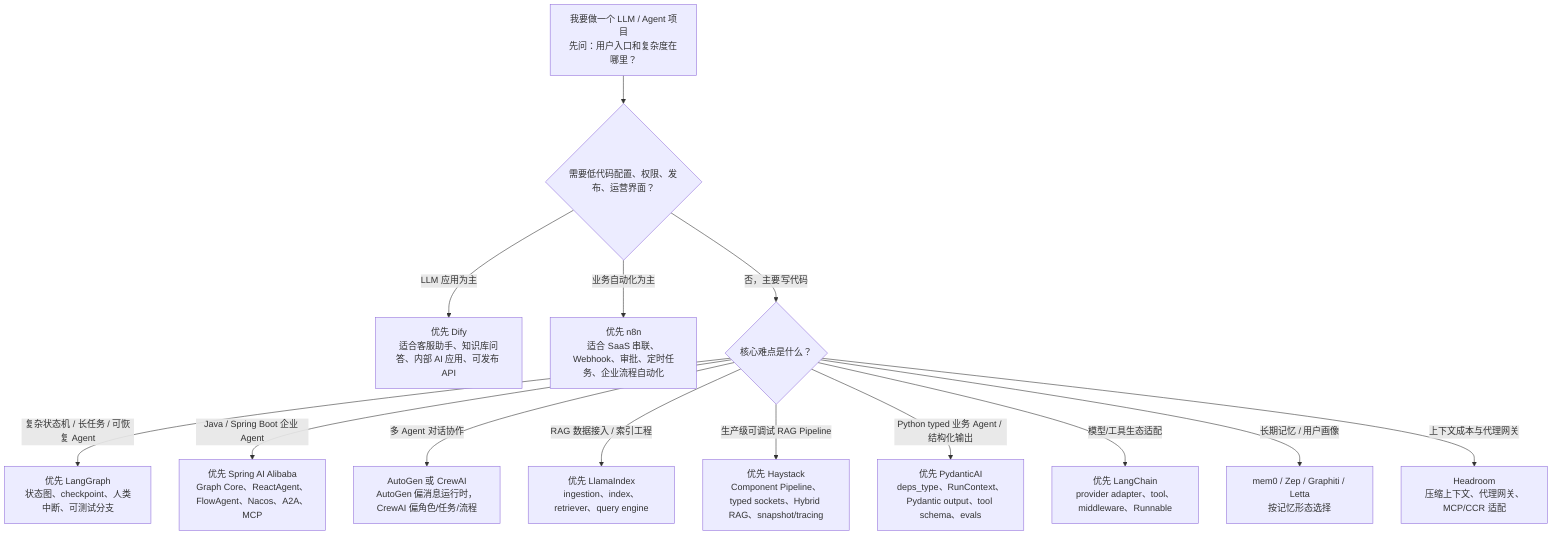
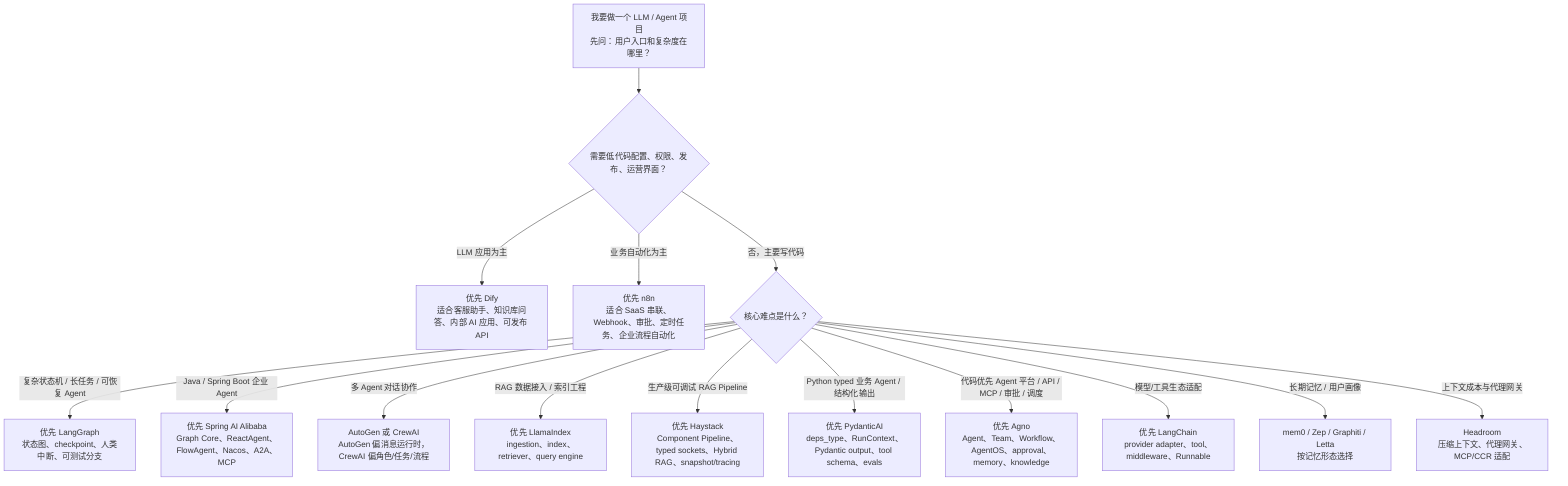
flowchart TB
    Start["我要做一个 LLM / Agent 项目<br/>先问：用户入口和复杂度在哪里？"]
    Start --> Product{"需要低代码配置、权限、发布、运营界面？"}
    Product -->|"LLM 应用为主"| Dify["优先 Dify<br/>适合客服助手、知识库问答、内部 AI 应用、可发布 API"]
    Product -->|"业务自动化为主"| N8N["优先 n8n<br/>适合 SaaS 串联、Webhook、审批、定时任务、企业流程自动化"]
    Product -->|"否，主要写代码"| Code{"核心难点是什么？"}
    Code -->|"复杂状态机 / 长任务 / 可恢复 Agent"| LangGraph["优先 LangGraph<br/>状态图、checkpoint、人类中断、可测试分支"]
    Code -->|"Java / Spring Boot 企业 Agent"| SpringAIAlibaba["优先 Spring AI Alibaba<br/>Graph Core、ReactAgent、FlowAgent、Nacos、A2A、MCP"]
    Code -->|"多 Agent 对话协作"| AutoCrew["AutoGen 或 CrewAI<br/>AutoGen 偏消息运行时，CrewAI 偏角色/任务/流程"]
    Code -->|"RAG 数据接入 / 索引工程"| Llama["优先 LlamaIndex<br/>ingestion、index、retriever、query engine"]
    Code -->|"生产级可调试 RAG Pipeline"| Haystack["优先 Haystack<br/>Component Pipeline、typed sockets、Hybrid RAG、snapshot/tracing"]
    Code -->|"Python typed 业务 Agent / 结构化输出"| PydanticAI["优先 PydanticAI<br/>deps_type、RunContext、Pydantic output、tool schema、evals"]
+     Code -->|"代码优先 Agent 平台 / API / MCP / 审批 / 调度"| Agno["优先 Agno<br/>Agent、Team、Workflow、AgentOS、approval、memory、knowledge"]
    Code -->|"模型/工具生态适配"| LangChain["优先 LangChain<br/>provider adapter、tool、middleware、Runnable"]
    Code -->|"长期记忆 / 用户画像"| Memory["mem0 / Zep / Graphiti / Letta<br/>按记忆形态选择"]
    Code -->|"上下文成本与代理网关"| Headroom["Headroom<br/>压缩上下文、代理网关、MCP/CCR 适配"]
